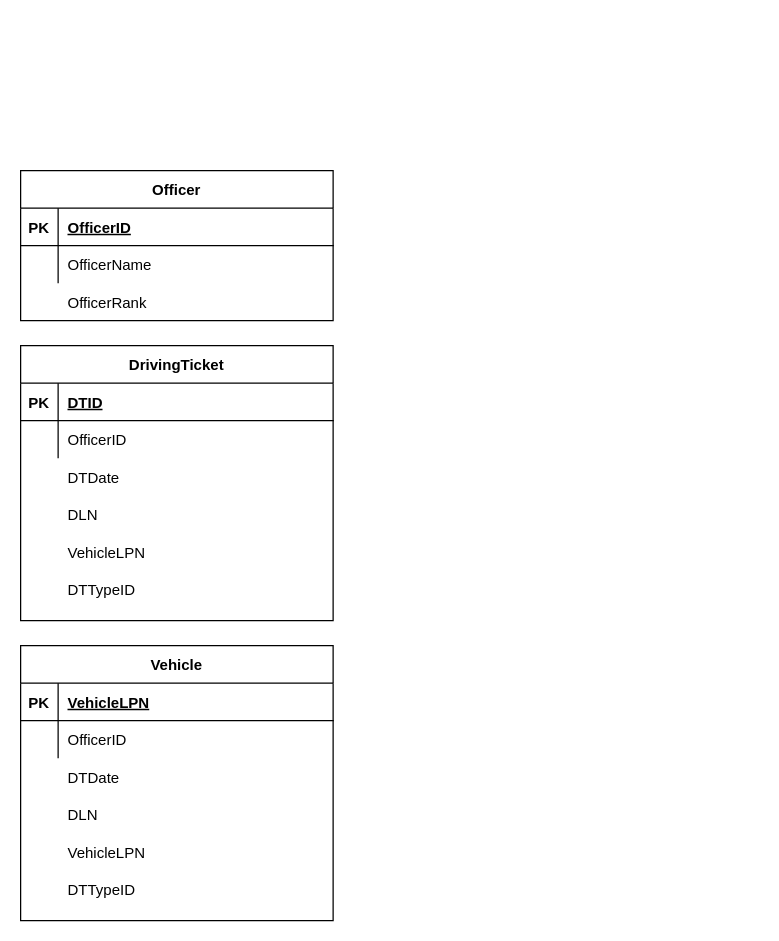
Above: Untitled Diagram.drawio in vinaykurmi/city-police-dept-fact-table (draw.io), before the change. Source tidied: cells renumbered, new cells numbered last; positions are measured from the earlier drawing's top-left corner, leaving out a move shared by most shapes. Both pictures are drawn from the tidied source at 125%, with x=0, y=0 at pixel (20, 170).
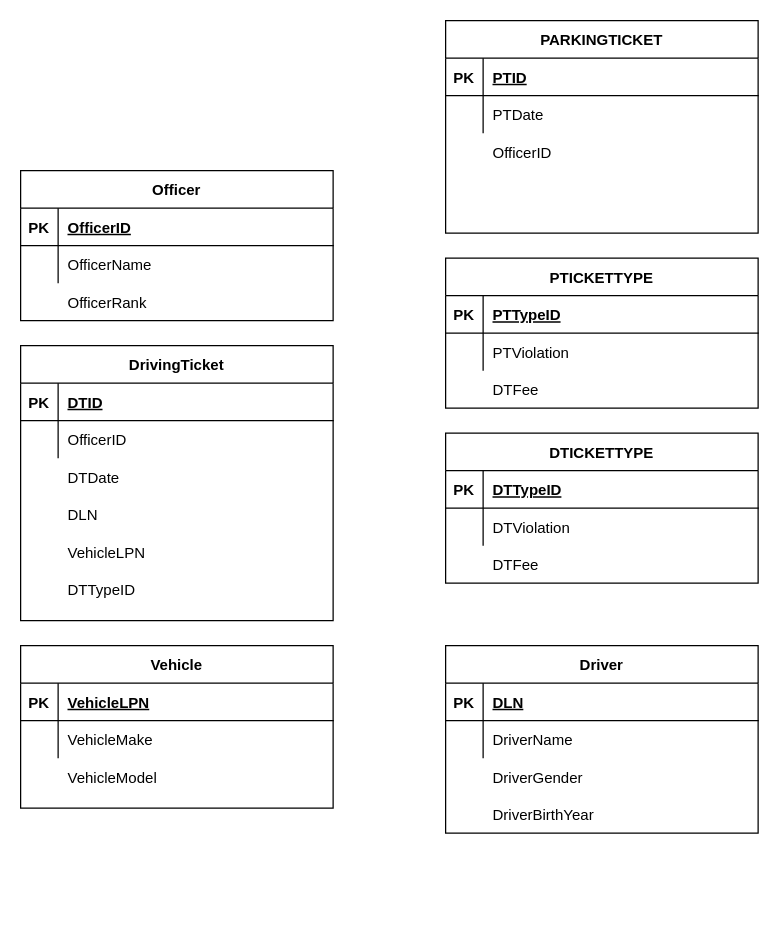
The same page after the edit.

Unchanged cells that the change refers to:
```xml
<mxCell id="22" style="group;" parent="1" vertex="1">
  <mxGeometry y="380" width="250" height="220" as="geometry" />
</mxCell>
<mxCell id="27" style="shape=partialRectangle;fillColor=none;top=0;left=0;right=0;bottom=0;" parent="23" vertex="1">
  <mxGeometry y="60" width="250" height="30" as="geometry" />
</mxCell>
```

Change to the diagram source:
```diff
@@
     <mxCell id="23" value="Vehicle" style="shape=table;startSize=30;childLayout=tableLayout;rowLines=0;fontStyle=1;align=center;" parent="22" vertex="1">
-      <mxGeometry width="250" height="220" as="geometry" />
+      <mxGeometry width="250" height="130" as="geometry" />
     </mxCell>
@@
-    <mxCell id="29" value="OfficerID" style="shape=partialRectangle;overflow=hidden;fillColor=none;top=0;left=0;bottom=0;right=0;align=left;spacingLeft=6;" parent="27" vertex="1">
+    <mxCell id="29" value="VehicleMake" style="shape=partialRectangle;overflow=hidden;fillColor=none;top=0;left=0;bottom=0;right=0;align=left;spacingLeft=6;" parent="27" vertex="1">
       <mxGeometry x="30" width="220" height="30" as="geometry" />
     </mxCell>
-    <mxCell id="30" value="DTDate" style="shape=partialRectangle;overflow=hidden;fillColor=none;top=0;left=0;bottom=0;right=0;align=left;spacingLeft=6;" parent="22" vertex="1">
+    <mxCell id="30" value="VehicleModel" style="shape=partialRectangle;overflow=hidden;fillColor=none;top=0;left=0;bottom=0;right=0;align=left;spacingLeft=6;" parent="22" vertex="1">
       <mxGeometry x="30" y="90" width="220" height="30" as="geometry" />
     </mxCell>
+    <mxCell id="34" value="Driver" style="shape=table;startSize=30;childLayout=tableLayout;rowLines=0;fontStyle=1;align=center;" parent="1" vertex="1">
+      <mxGeometry x="340" y="380" width="250" height="150" as="geometry" />
+    </mxCell>
+    <mxCell id="35" style="shape=partialRectangle;fillColor=none;top=0;left=0;right=0;bottom=1;" parent="34" vertex="1">
+      <mxGeometry y="30" width="250" height="30" as="geometry" />
+    </mxCell>
+    <mxCell id="36" value="PK" style="shape=partialRectangle;overflow=hidden;fillColor=none;top=0;left=0;bottom=0;right=0;fontStyle=1;" parent="35" vertex="1">
+      <mxGeometry width="30" height="30" as="geometry" />
+    </mxCell>
-    <mxCell id="31" value="DLN" style="shape=partialRectangle;overflow=hidden;fillColor=none;top=0;left=0;bottom=0;right=0;align=left;spacingLeft=6;" parent="22" vertex="1">
-      <mxGeometry x="30" y="120" width="220" height="30" as="geometry" />
+    <mxCell id="31" value="DLN" style="shape=partialRectangle;overflow=hidden;fillColor=none;top=0;left=0;bottom=0;right=0;align=left;spacingLeft=6;fontStyle=5;" parent="35" vertex="1">
+      <mxGeometry x="30" width="220" height="30" as="geometry" />
     </mxCell>
-    <mxCell id="32" value="VehicleLPN" style="shape=partialRectangle;overflow=hidden;fillColor=none;top=0;left=0;bottom=0;right=0;align=left;spacingLeft=6;" parent="22" vertex="1">
-      <mxGeometry x="30" y="150" width="220" height="30" as="geometry" />
-    </mxCell>
+    <mxCell id="37" style="shape=partialRectangle;fillColor=none;top=0;left=0;right=0;bottom=0;" parent="34" vertex="1">
+      <mxGeometry y="60" width="250" height="30" as="geometry" />
+    </mxCell>
+    <mxCell id="38" style="shape=partialRectangle;overflow=hidden;fillColor=none;top=0;left=0;bottom=0;right=0;" parent="37" vertex="1">
+      <mxGeometry width="30" height="30" as="geometry" />
+    </mxCell>
+    <mxCell id="39" value="DriverName" style="shape=partialRectangle;overflow=hidden;fillColor=none;top=0;left=0;bottom=0;right=0;align=left;spacingLeft=6;" parent="37" vertex="1">
+      <mxGeometry x="30" width="220" height="30" as="geometry" />
+    </mxCell>
+    <mxCell id="40" value="DriverGender" style="shape=partialRectangle;overflow=hidden;fillColor=none;top=0;left=0;bottom=0;right=0;align=left;spacingLeft=6;" parent="1" vertex="1">
+      <mxGeometry x="370" y="470" width="220" height="30" as="geometry" />
+    </mxCell>
+    <mxCell id="41" value="DriverBirthYear" style="shape=partialRectangle;overflow=hidden;fillColor=none;top=0;left=0;bottom=0;right=0;align=left;spacingLeft=6;" parent="1" vertex="1">
+      <mxGeometry x="370" y="500" width="220" height="30" as="geometry" />
+    </mxCell>
+    <mxCell id="42" value="DTICKETTYPE" style="shape=table;startSize=30;childLayout=tableLayout;rowLines=0;fontStyle=1;align=center;" parent="1" vertex="1">
+      <mxGeometry x="340" y="210" width="250" height="120" as="geometry" />
+    </mxCell>
+    <mxCell id="43" style="shape=partialRectangle;fillColor=none;top=0;left=0;right=0;bottom=1;" parent="42" vertex="1">
+      <mxGeometry y="30" width="250" height="30" as="geometry" />
+    </mxCell>
+    <mxCell id="44" value="PK" style="shape=partialRectangle;overflow=hidden;fillColor=none;top=0;left=0;bottom=0;right=0;fontStyle=1;" parent="43" vertex="1">
+      <mxGeometry width="30" height="30" as="geometry" />
+    </mxCell>
-    <mxCell id="33" value="DTTypeID" style="shape=partialRectangle;overflow=hidden;fillColor=none;top=0;left=0;bottom=0;right=0;align=left;spacingLeft=6;" parent="22" vertex="1">
-      <mxGeometry x="30" y="180" width="220" height="30" as="geometry" />
+    <mxCell id="33" value="DTTypeID" style="shape=partialRectangle;overflow=hidden;fillColor=none;top=0;left=0;bottom=0;right=0;align=left;spacingLeft=6;fontStyle=5;" parent="43" vertex="1">
+      <mxGeometry x="30" width="220" height="30" as="geometry" />
     </mxCell>
+    <mxCell id="45" style="shape=partialRectangle;fillColor=none;top=0;left=0;right=0;bottom=0;" parent="42" vertex="1">
+      <mxGeometry y="60" width="250" height="30" as="geometry" />
+    </mxCell>
+    <mxCell id="46" style="shape=partialRectangle;overflow=hidden;fillColor=none;top=0;left=0;bottom=0;right=0;" parent="45" vertex="1">
+      <mxGeometry width="30" height="30" as="geometry" />
+    </mxCell>
+    <mxCell id="47" value="DTViolation" style="shape=partialRectangle;overflow=hidden;fillColor=none;top=0;left=0;bottom=0;right=0;align=left;spacingLeft=6;" parent="45" vertex="1">
+      <mxGeometry x="30" width="220" height="30" as="geometry" />
+    </mxCell>
+    <mxCell id="48" value="DTFee" style="shape=partialRectangle;overflow=hidden;fillColor=none;top=0;left=0;bottom=0;right=0;align=left;spacingLeft=6;" parent="1" vertex="1">
+      <mxGeometry x="370" y="300" width="220" height="30" as="geometry" />
+    </mxCell>
+    <mxCell id="49" value="PTICKETTYPE" style="shape=table;startSize=30;childLayout=tableLayout;rowLines=0;fontStyle=1;align=center;" parent="1" vertex="1">
+      <mxGeometry x="340" y="70" width="250" height="120" as="geometry" />
+    </mxCell>
+    <mxCell id="50" style="shape=partialRectangle;fillColor=none;top=0;left=0;right=0;bottom=1;" parent="49" vertex="1">
+      <mxGeometry y="30" width="250" height="30" as="geometry" />
+    </mxCell>
+    <mxCell id="51" value="PK" style="shape=partialRectangle;overflow=hidden;fillColor=none;top=0;left=0;bottom=0;right=0;fontStyle=1;" parent="50" vertex="1">
+      <mxGeometry width="30" height="30" as="geometry" />
+    </mxCell>
+    <mxCell id="52" value="PTTypeID" style="shape=partialRectangle;overflow=hidden;fillColor=none;top=0;left=0;bottom=0;right=0;align=left;spacingLeft=6;fontStyle=5;" parent="50" vertex="1">
+      <mxGeometry x="30" width="220" height="30" as="geometry" />
+    </mxCell>
+    <mxCell id="53" style="shape=partialRectangle;fillColor=none;top=0;left=0;right=0;bottom=0;" parent="49" vertex="1">
+      <mxGeometry y="60" width="250" height="30" as="geometry" />
+    </mxCell>
+    <mxCell id="54" style="shape=partialRectangle;overflow=hidden;fillColor=none;top=0;left=0;bottom=0;right=0;" parent="53" vertex="1">
+      <mxGeometry width="30" height="30" as="geometry" />
+    </mxCell>
+    <mxCell id="55" value="PTViolation" style="shape=partialRectangle;overflow=hidden;fillColor=none;top=0;left=0;bottom=0;right=0;align=left;spacingLeft=6;" parent="53" vertex="1">
+      <mxGeometry x="30" width="220" height="30" as="geometry" />
+    </mxCell>
+    <mxCell id="56" value="DTFee" style="shape=partialRectangle;overflow=hidden;fillColor=none;top=0;left=0;bottom=0;right=0;align=left;spacingLeft=6;" parent="1" vertex="1">
+      <mxGeometry x="370" y="160" width="220" height="30" as="geometry" />
+    </mxCell>
+    <mxCell id="57" value="PARKINGTICKET" style="shape=table;startSize=30;childLayout=tableLayout;rowLines=0;fontStyle=1;align=center;" parent="1" vertex="1">
+      <mxGeometry x="340" y="-120" width="250" height="170" as="geometry" />
+    </mxCell>
+    <mxCell id="58" style="shape=partialRectangle;fillColor=none;top=0;left=0;right=0;bottom=1;" parent="57" vertex="1">
+      <mxGeometry y="30" width="250" height="30" as="geometry" />
+    </mxCell>
+    <mxCell id="59" value="PK" style="shape=partialRectangle;overflow=hidden;fillColor=none;top=0;left=0;bottom=0;right=0;fontStyle=1;" parent="58" vertex="1">
+      <mxGeometry width="30" height="30" as="geometry" />
+    </mxCell>
+    <mxCell id="60" value="PTID" style="shape=partialRectangle;overflow=hidden;fillColor=none;top=0;left=0;bottom=0;right=0;align=left;spacingLeft=6;fontStyle=5;" parent="58" vertex="1">
+      <mxGeometry x="30" width="220" height="30" as="geometry" />
+    </mxCell>
+    <mxCell id="61" style="shape=partialRectangle;fillColor=none;top=0;left=0;right=0;bottom=0;" parent="57" vertex="1">
+      <mxGeometry y="60" width="250" height="30" as="geometry" />
+    </mxCell>
+    <mxCell id="62" style="shape=partialRectangle;overflow=hidden;fillColor=none;top=0;left=0;bottom=0;right=0;" parent="61" vertex="1">
+      <mxGeometry width="30" height="30" as="geometry" />
+    </mxCell>
+    <mxCell id="63" value="PTDate" style="shape=partialRectangle;overflow=hidden;fillColor=none;top=0;left=0;bottom=0;right=0;align=left;spacingLeft=6;" parent="61" vertex="1">
+      <mxGeometry x="30" width="220" height="30" as="geometry" />
+    </mxCell>
+    <mxCell id="64" value="OfficerID" style="shape=partialRectangle;overflow=hidden;fillColor=none;top=0;left=0;bottom=0;right=0;align=left;spacingLeft=6;" parent="1" vertex="1">
+      <mxGeometry x="370" y="-30" width="220" height="30" as="geometry" />
+    </mxCell>
```
